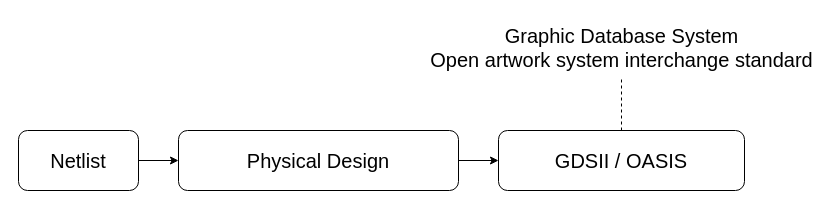
Earlier version of the draw.io diagram Video 11.drawio (T-Maharshi-Sanand-Yadav/draw.io). Source tidied: cells renumbered, new cells numbered last; positions are measured from the earlier drawing's top-left corner, leaving out a move shared by most shapes. Both pictures are drawn from the tidied source at 100%, with x=0, y=0 at pixel (18, 17).
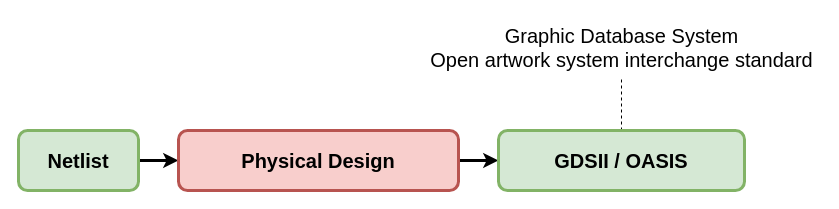
The same diagram, later.

The edit, as a diff of the source:
```diff
@@
 <mxGraphModel>
   <root>
     <mxCell id="0" />
     <mxCell id="1" parent="0" />
-    <mxCell id="2" style="edgeStyle=orthogonalEdgeStyle;rounded=0;jettySize=auto;html=1;fontSize=20;" parent="1" edge="1" source="3" target="5">
+    <mxCell id="2" style="edgeStyle=orthogonalEdgeStyle;rounded=0;jettySize=auto;html=1;fontSize=20;strokeWidth=3;fontStyle=1;" parent="1" edge="1" source="3" target="5">
       <mxGeometry relative="1" as="geometry" />
     </mxCell>
-    <mxCell id="3" value="Netlist" style="rounded=1;whiteSpace=wrap;html=1;fontSize=20;" parent="1" vertex="1">
+    <mxCell id="3" value="Netlist" style="rounded=1;whiteSpace=wrap;html=1;fontSize=20;strokeWidth=3;fontStyle=1;fillColor=#d5e8d4;strokeColor=#82b366;" parent="1" vertex="1">
       <mxGeometry y="113" width="120" height="60" as="geometry" />
     </mxCell>
-    <mxCell id="4" style="rounded=0;jettySize=auto;html=1;entryX=0;entryY=0.5;entryDx=0;entryDy=0;fontSize=20;" parent="1" edge="1" source="5" target="7">
+    <mxCell id="4" style="rounded=0;jettySize=auto;html=1;entryX=0;entryY=0.5;entryDx=0;entryDy=0;fontSize=20;strokeWidth=3;fontStyle=1;" parent="1" edge="1" source="5" target="7">
       <mxGeometry relative="1" as="geometry" />
     </mxCell>
-    <mxCell id="5" value="Physical Design" style="rounded=1;whiteSpace=wrap;html=1;fontSize=20;" parent="1" vertex="1">
+    <mxCell id="5" value="Physical Design" style="rounded=1;whiteSpace=wrap;html=1;fontSize=20;strokeWidth=3;fontStyle=1;fillColor=#f8cecc;strokeColor=#b85450;" parent="1" vertex="1">
       <mxGeometry x="160" y="113" width="280" height="60" as="geometry" />
     </mxCell>
     <mxCell id="6" style="edgeStyle=orthogonalEdgeStyle;rounded=0;jettySize=auto;html=1;dashed=1;endArrow=none;startFill=0;" parent="1" edge="1" source="7" target="8">
       <mxGeometry relative="1" as="geometry" />
     </mxCell>
-    <mxCell id="7" value="GDSII /&amp;nbsp;&lt;span style=&quot;background-color: transparent; color: light-dark(rgb(0, 0, 0), rgb(255, 255, 255));&quot;&gt;OASIS&lt;/span&gt;" style="rounded=1;whiteSpace=wrap;html=1;fontSize=20;" parent="1" vertex="1">
+    <mxCell id="7" value="GDSII /&amp;nbsp;&lt;span style=&quot;background-color: transparent; color: light-dark(rgb(0, 0, 0), rgb(255, 255, 255));&quot;&gt;OASIS&lt;/span&gt;" style="rounded=1;whiteSpace=wrap;html=1;fontSize=20;strokeWidth=3;fontStyle=1;fillColor=#d5e8d4;strokeColor=#82b366;" parent="1" vertex="1">
       <mxGeometry x="480" y="113" width="246" height="60" as="geometry" />
     </mxCell>
     <mxCell id="8" value="&lt;div&gt;Graphic Database System&lt;/div&gt;&lt;div&gt;Open artwork system interchange standard&lt;/div&gt;" style="text;html=1;align=center;verticalAlign=middle;points=[];strokeColor=none;fillColor=none;fontSize=20;" parent="1" vertex="1">
       <mxGeometry x="403" width="400" height="60" as="geometry" />
     </mxCell>
   </root>
 </mxGraphModel>
```
